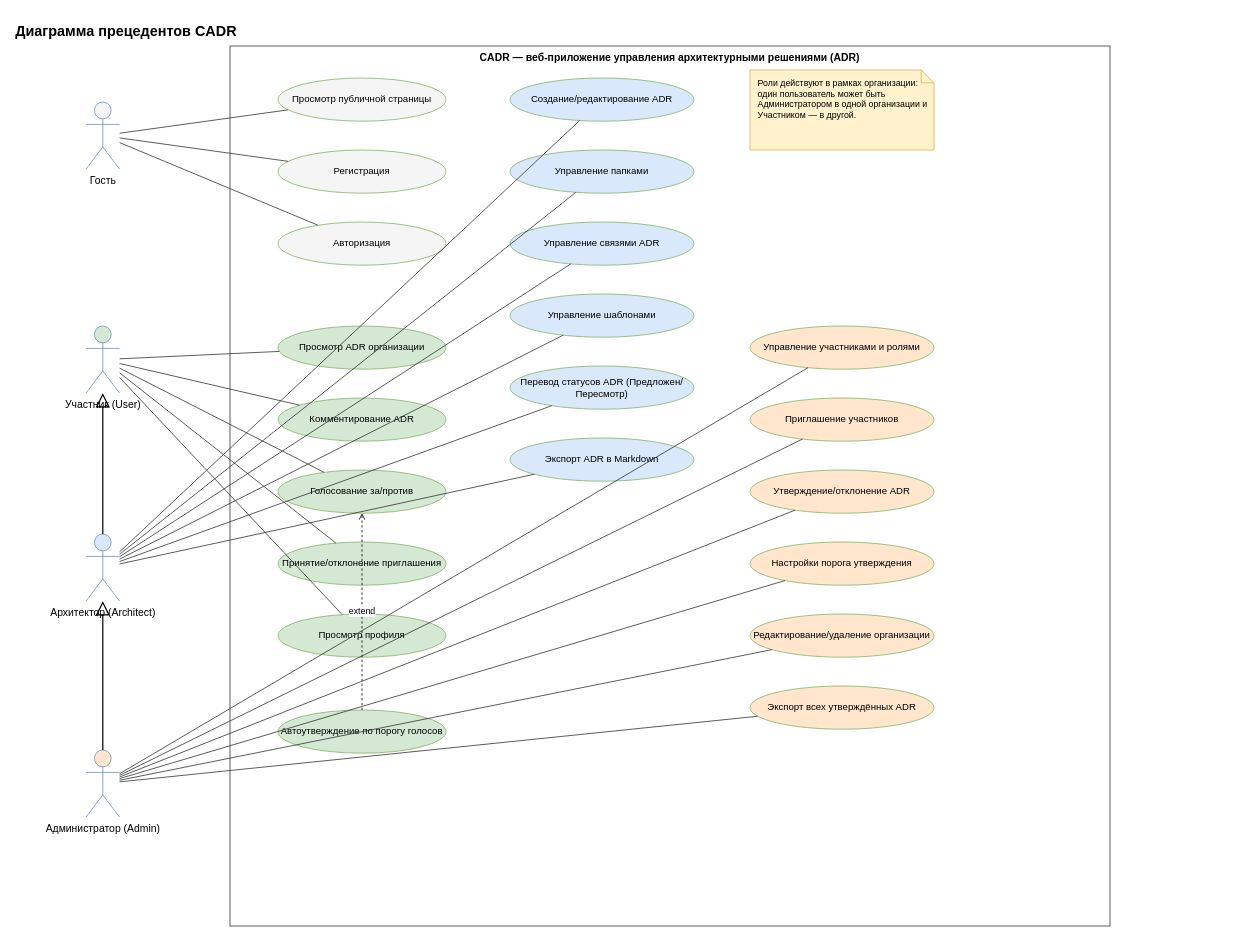
Before: docs/diagrams/use-case.drawio in CasCadeVR/CADR, a draw.io diagram. Source tidied: cells renumbered, new cells numbered last; positions are measured from the earlier drawing's top-left corner, leaving out a move shared by most shapes. Both pictures are drawn from the tidied source at 80%, with x=0, y=0 at pixel (14, 18).
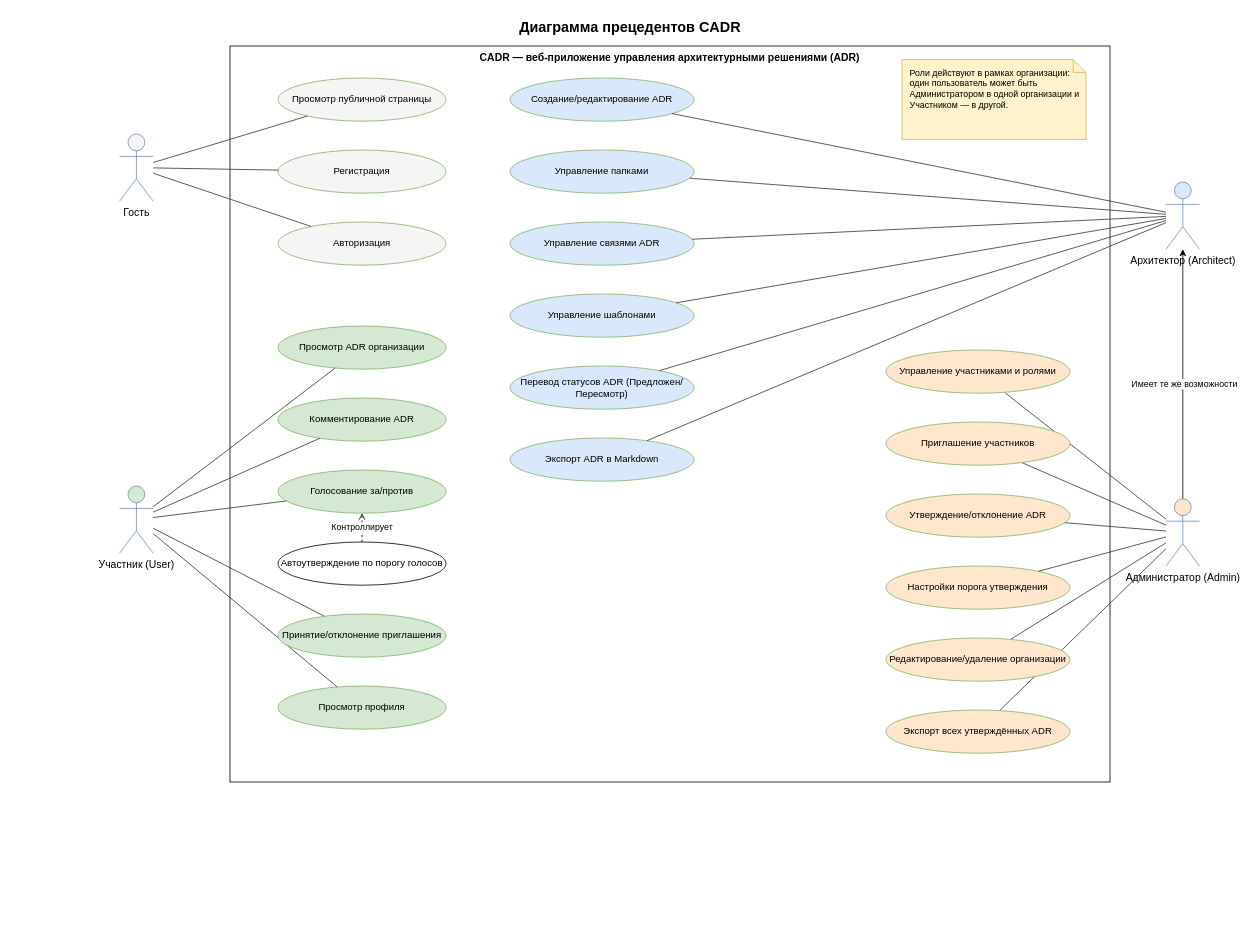
The same page after the edit.

Unchanged cells that the change refers to:
```xml
<mxCell id="13" value="Голосование за/против" style="ellipse;whiteSpace=wrap;html=1;fillColor=#d5e8d4;strokeColor=#82b366;fontSize=12;" parent="1" vertex="1">
  <mxGeometry x="330" y="565" width="210" height="54" as="geometry" />
</mxCell>
```

The edit, as a diff of the source:
```diff
@@
     <mxCell id="2" value="Диаграмма прецедентов CADR" style="text;html=1;fontSize=18;fontStyle=1;align=left;" parent="1" vertex="1">
-      <mxGeometry width="420" height="30" as="geometry" />
+      <mxGeometry x="630" y="-5" width="420" height="30" as="geometry" />
     </mxCell>
-    <mxCell id="3" value="CADR — веб-приложение управления архитектурными решениями (ADR)" style="rounded=0;whiteSpace=wrap;html=1;verticalAlign=top;fontSize=13;fontStyle=1;fillColor=none;strokeColor=#333333;" parent="1" vertex="1">
-      <mxGeometry x="270" y="35" width="1100" height="1100" as="geometry" />
+    <mxCell id="3" value="CADR — веб-приложение управления архитектурными решениями (ADR)" style="rounded=0;whiteSpace=wrap;html=1;verticalAlign=top;fontSize=13;fontStyle=1;" parent="1" vertex="1">
+      <mxGeometry x="270" y="35" width="1100" height="920" as="geometry" />
     </mxCell>
     <mxCell id="4" value="Гость" style="shape=umlActor;verticalLabelPosition=bottom;verticalAlign=top;html=1;outlineConnect=0;fillColor=#f5f5f5;strokeColor=#6c8ebf;fontSize=13;" parent="1" vertex="1">
-      <mxGeometry x="90" y="105" width="42" height="84" as="geometry" />
+      <mxGeometry x="132" y="145" width="42" height="84" as="geometry" />
     </mxCell>
     <mxCell id="5" value="Участник (User)" style="shape=umlActor;verticalLabelPosition=bottom;verticalAlign=top;html=1;outlineConnect=0;fillColor=#d5e8d4;strokeColor=#6c8ebf;fontSize=13;" parent="1" vertex="1">
-      <mxGeometry x="90" y="385" width="42" height="84" as="geometry" />
+      <mxGeometry x="132" y="585" width="42" height="84" as="geometry" />
     </mxCell>
     <mxCell id="6" value="Архитектор (Architect)" style="shape=umlActor;verticalLabelPosition=bottom;verticalAlign=top;html=1;outlineConnect=0;fillColor=#dae8fc;strokeColor=#6c8ebf;fontSize=13;" parent="1" vertex="1">
-      <mxGeometry x="90" y="645" width="42" height="84" as="geometry" />
+      <mxGeometry x="1440" y="205" width="42" height="84" as="geometry" />
     </mxCell>
+    <mxCell id="31" style="edgeStyle=orthogonalEdgeStyle;rounded=0;jettySize=auto;html=1;" parent="1" edge="1" source="7" target="6">
+      <mxGeometry relative="1" as="geometry" />
+    </mxCell>
+    <mxCell id="53" value="Имеет те же возможности" style="edgeLabel;html=1;align=center;verticalAlign=middle;" parent="31" vertex="1">
+      <mxGeometry x="-0.08" y="-1" relative="1" as="geometry" />
+    </mxCell>
     <mxCell id="7" value="Администратор (Admin)" style="shape=umlActor;verticalLabelPosition=bottom;verticalAlign=top;html=1;outlineConnect=0;fillColor=#ffe6cc;strokeColor=#6c8ebf;fontSize=13;" parent="1" vertex="1">
-      <mxGeometry x="90" y="915" width="42" height="84" as="geometry" />
+      <mxGeometry x="1440" y="601" width="42" height="84" as="geometry" />
     </mxCell>
@@
-    <mxCell id="14" value="Принятие/отклонение приглашения" style="ellipse;whiteSpace=wrap;html=1;fillColor=#d5e8d4;strokeColor=#82b366;fontSize=12;" parent="1" vertex="1">
-      <mxGeometry x="330" y="655" width="210" height="54" as="geometry" />
-    </mxCell>
     <mxCell id="15" value="Просмотр профиля" style="ellipse;whiteSpace=wrap;html=1;fillColor=#d5e8d4;strokeColor=#82b366;fontSize=12;" parent="1" vertex="1">
-      <mxGeometry x="330" y="745" width="210" height="54" as="geometry" />
+      <mxGeometry x="330" y="835" width="210" height="54" as="geometry" />
     </mxCell>
@@
-    <mxCell id="22" value="Управление участниками и ролями" style="ellipse;whiteSpace=wrap;html=1;fillColor=#ffe6cc;strokeColor=#82b366;fontSize=12;" parent="1" vertex="1">
-      <mxGeometry x="920" y="385" width="230" height="54" as="geometry" />
-    </mxCell>
-    <mxCell id="23" value="Приглашение участников" style="ellipse;whiteSpace=wrap;html=1;fillColor=#ffe6cc;strokeColor=#82b366;fontSize=12;" parent="1" vertex="1">
-      <mxGeometry x="920" y="475" width="230" height="54" as="geometry" />
-    </mxCell>
     <mxCell id="24" value="Утверждение/отклонение ADR" style="ellipse;whiteSpace=wrap;html=1;fillColor=#ffe6cc;strokeColor=#82b366;fontSize=12;" parent="1" vertex="1">
-      <mxGeometry x="920" y="565" width="230" height="54" as="geometry" />
+      <mxGeometry x="1090" y="595" width="230" height="54" as="geometry" />
     </mxCell>
     <mxCell id="25" value="Настройки порога утверждения" style="ellipse;whiteSpace=wrap;html=1;fillColor=#ffe6cc;strokeColor=#82b366;fontSize=12;" parent="1" vertex="1">
-      <mxGeometry x="920" y="655" width="230" height="54" as="geometry" />
+      <mxGeometry x="1090" y="685" width="230" height="54" as="geometry" />
     </mxCell>
-    <mxCell id="26" value="Редактирование/удаление организации" style="ellipse;whiteSpace=wrap;html=1;fillColor=#ffe6cc;strokeColor=#82b366;fontSize=12;" parent="1" vertex="1">
-      <mxGeometry x="920" y="745" width="230" height="54" as="geometry" />
-    </mxCell>
-    <mxCell id="27" value="Экспорт всех утверждённых ADR" style="ellipse;whiteSpace=wrap;html=1;fillColor=#ffe6cc;strokeColor=#82b366;fontSize=12;" parent="1" vertex="1">
-      <mxGeometry x="920" y="835" width="230" height="54" as="geometry" />
-    </mxCell>
-    <mxCell id="28" value="Автоутверждение по порогу голосов" style="ellipse;whiteSpace=wrap;html=1;fillColor=#d5e8d4;strokeColor=#82b366;fontSize=12;" parent="1" vertex="1">
-      <mxGeometry x="330" y="865" width="210" height="54" as="geometry" />
-    </mxCell>
-    <mxCell id="29" value="extend" style="html=1;dashed=1;endArrow=open;endFill=0;fontSize=11;exitX=0.5;exitY=0;entryX=0.5;entryY=1;" parent="1" edge="1" source="28" target="13">
+    <mxCell id="29" value="Контроллирует" style="html=1;dashed=1;endArrow=open;endFill=0;fontSize=11;exitX=0.5;exitY=0;entryX=0.5;entryY=1;" parent="1" edge="1" source="28" target="13">
       <mxGeometry relative="1" as="geometry" />
     </mxCell>
-    <mxCell id="30" style="html=1;endArrow=block;endFill=0;endSize=14;strokeWidth=1.5;exitX=0.5;exitY=0;entryX=0.5;entryY=1;" parent="1" edge="1" source="6" target="5">
-      <mxGeometry relative="1" as="geometry" />
-    </mxCell>
-    <mxCell id="31" style="html=1;endArrow=block;endFill=0;endSize=14;strokeWidth=1.5;exitX=0.5;exitY=0;entryX=0.5;entryY=1;" parent="1" edge="1" source="7" target="6">
-      <mxGeometry relative="1" as="geometry" />
-    </mxCell>
@@
     <mxCell id="52" value="Роли действуют в рамках организации: один пользователь может быть Администратором в одной организации и Участником — в другой." style="shape=note;whiteSpace=wrap;html=1;backgroundOutline=1;size=16;fillColor=#fff2cc;strokeColor=#d6b656;align=left;spacingLeft=8;fontSize=11;verticalAlign=top;spacingTop=4;" parent="1" vertex="1">
-      <mxGeometry x="920" y="65" width="230" height="100" as="geometry" />
+      <mxGeometry x="1110" y="52" width="230" height="100" as="geometry" />
     </mxCell>
+    <mxCell id="22" value="Управление участниками и ролями" style="ellipse;whiteSpace=wrap;html=1;fillColor=#ffe6cc;strokeColor=#82b366;fontSize=12;" parent="1" vertex="1">
+      <mxGeometry x="1090" y="415" width="230" height="54" as="geometry" />
+    </mxCell>
+    <mxCell id="14" value="Принятие/отклонение приглашения" style="ellipse;whiteSpace=wrap;html=1;fillColor=#d5e8d4;strokeColor=#82b366;fontSize=12;" parent="1" vertex="1">
+      <mxGeometry x="330" y="745" width="210" height="54" as="geometry" />
+    </mxCell>
+    <mxCell id="28" value="Автоутверждение по порогу голосов" style="ellipse;whiteSpace=wrap;html=1;fontSize=12;" parent="1" vertex="1">
+      <mxGeometry x="330" y="655" width="210" height="54" as="geometry" />
+    </mxCell>
+    <mxCell id="23" value="Приглашение участников" style="ellipse;whiteSpace=wrap;html=1;fillColor=#ffe6cc;strokeColor=#82b366;fontSize=12;" parent="1" vertex="1">
+      <mxGeometry x="1090" y="505" width="230" height="54" as="geometry" />
+    </mxCell>
+    <mxCell id="26" value="Редактирование/удаление организации" style="ellipse;whiteSpace=wrap;html=1;fillColor=#ffe6cc;strokeColor=#82b366;fontSize=12;" parent="1" vertex="1">
+      <mxGeometry x="1090" y="775" width="230" height="54" as="geometry" />
+    </mxCell>
+    <mxCell id="27" value="Экспорт всех утверждённых ADR" style="ellipse;whiteSpace=wrap;html=1;fillColor=#ffe6cc;strokeColor=#82b366;fontSize=12;" parent="1" vertex="1">
+      <mxGeometry x="1090" y="865" width="230" height="54" as="geometry" />
+    </mxCell>
```
